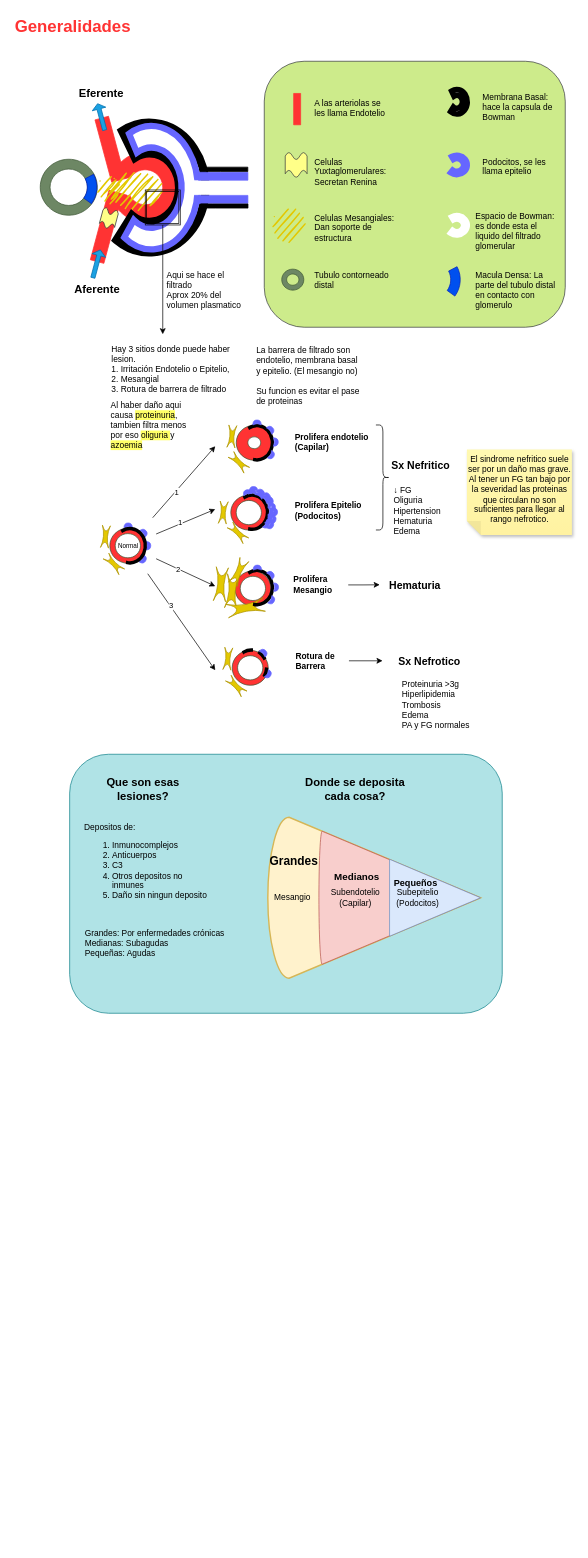
Before: Nefro.drawio in Santicabal/Apuntes, a draw.io diagram. Source tidied: cells renumbered, new cells numbered last; positions are measured from the earlier drawing's top-left corner, leaving out a move shared by most shapes. Both pictures are drawn from the tidied source at 70%, with x=0, y=0 at pixel (13, 12).
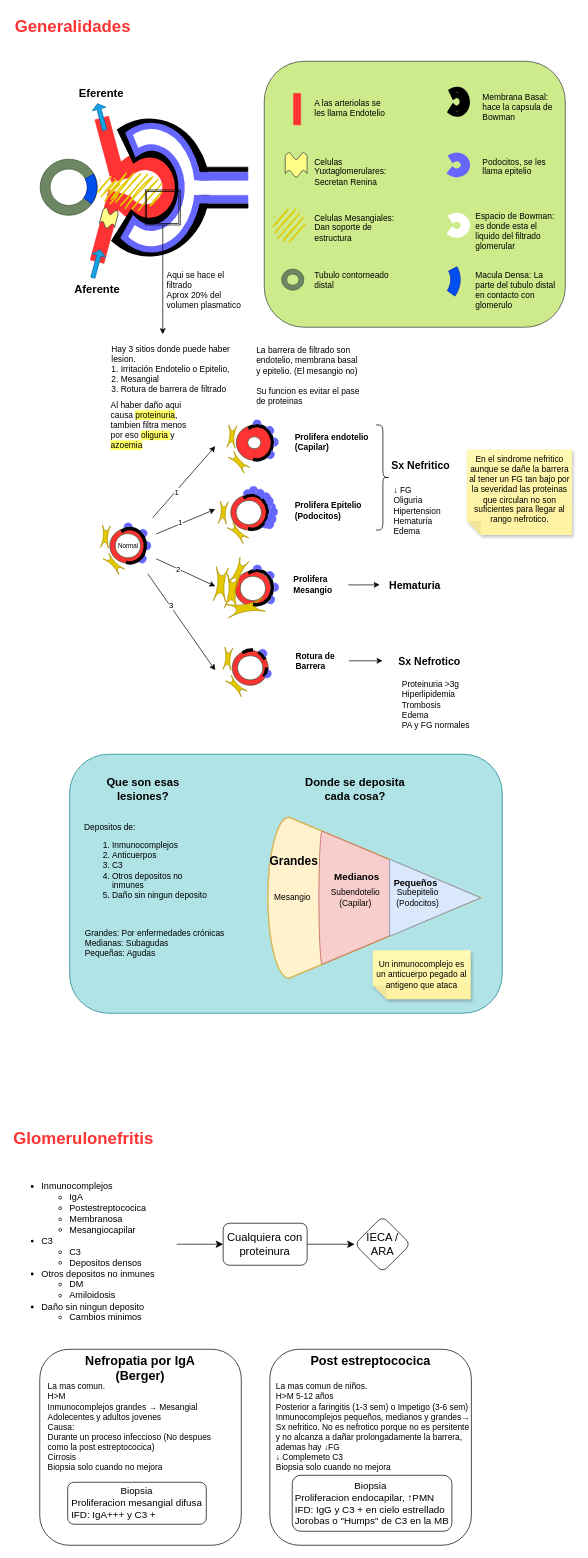
The same diagram, later.

Change to the diagram source:
```diff
@@
-    <mxCell id="70" value="El sindrome nefritico suele ser por un daño mas grave. Al tener un FG tan bajo por la severidad las proteinas que circulan no son suficientes para llegar al rango nefrotico." style="shape=note;whiteSpace=wrap;html=1;backgroundOutline=1;fontColor=#000000;darkOpacity=0.05;fillColor=#FFF9B2;strokeColor=none;fillStyle=solid;direction=west;gradientDirection=north;gradientColor=#FFF2A1;shadow=1;size=20;verticalAlign=top;" parent="1" vertex="1">
+    <mxCell id="70" value="En el sindrome nefritico aunque se dañe la barrera al tener un FG tan bajo por la severidad las proteinas que circulan no son suficientes para llegar al rango nefrotico." style="shape=note;whiteSpace=wrap;html=1;backgroundOutline=1;fontColor=#000000;darkOpacity=0.05;fillColor=#FFF9B2;strokeColor=none;fillStyle=solid;direction=west;gradientDirection=north;gradientColor=#FFF2A1;shadow=1;size=20;verticalAlign=top;" parent="1" vertex="1">
       <mxGeometry x="647.5" y="624.8" width="150" height="121.9" as="geometry" />
     </mxCell>
@@
+    <mxCell id="137" value="Un inmunocomplejo es un anticuerpo pegado al antigeno que ataca" style="shape=note;whiteSpace=wrap;html=1;backgroundOutline=1;fontColor=#000000;darkOpacity=0.05;fillColor=#FFF9B2;strokeColor=none;fillStyle=solid;direction=west;gradientDirection=north;gradientColor=#FFF2A1;shadow=1;size=20;fontSize=12;" parent="1" vertex="1">
+      <mxGeometry x="513" y="1340" width="140" height="70" as="geometry" />
+    </mxCell>
+    <mxCell id="138" value="Glomerulonefritis" style="text;strokeColor=none;fillColor=none;html=1;fontSize=24;fontStyle=1;verticalAlign=middle;align=left;fontColor=#FF3333;" parent="1" vertex="1">
+      <mxGeometry x="-2" y="1590" width="100" height="40" as="geometry" />
+    </mxCell>
+    <mxCell id="139" value="Nefropatia por IgA&lt;br&gt;(Berger)" style="rounded=1;whiteSpace=wrap;html=1;fontSize=18;align=center;verticalAlign=top;fontStyle=1;" parent="1" vertex="1">
+      <mxGeometry x="37.3" y="1910" width="287.9" height="280" as="geometry" />
+    </mxCell>
+    <mxCell id="140" value="&lt;span style=&quot;font-size: 12px;&quot;&gt;La mas comun.&lt;br style=&quot;font-size: 12px;&quot;&gt;H&amp;gt;M&lt;br style=&quot;font-size: 12px;&quot;&gt;Inmunocomplejos grandes → Mesangial&lt;br style=&quot;font-size: 12px;&quot;&gt;&lt;div style=&quot;font-size: 12px;&quot;&gt;&lt;span style=&quot;background-color: initial; font-size: 12px;&quot;&gt;Adolecentes y adultos jovenes&lt;/span&gt;&lt;/div&gt;&lt;div style=&quot;font-size: 12px;&quot;&gt;&lt;span style=&quot;background-color: initial; font-size: 12px;&quot;&gt;Causa:&lt;/span&gt;&lt;/div&gt;&lt;div style=&quot;font-size: 12px;&quot;&gt;&lt;span style=&quot;background-color: initial; font-size: 12px;&quot;&gt;Durante un proceso infeccioso (No despues como la post estreptococica)&lt;/span&gt;&lt;/div&gt;&lt;div style=&quot;font-size: 12px;&quot;&gt;&lt;span style=&quot;background-color: initial; font-size: 12px;&quot;&gt;Cirrosis&lt;/span&gt;&lt;/div&gt;&lt;div style=&quot;font-size: 12px;&quot;&gt;&lt;span style=&quot;background-color: initial; font-size: 12px;&quot;&gt;Biopsia solo cuando no mejora&lt;/span&gt;&lt;/div&gt;&lt;/span&gt;" style="rounded=1;whiteSpace=wrap;html=1;fontSize=12;align=left;verticalAlign=top;gradientColor=none;fillColor=none;strokeColor=none;" parent="1" vertex="1">
+      <mxGeometry x="47.2" y="1950" width="238" height="70" as="geometry" />
+    </mxCell>
+    <mxCell id="141" value="Biopsia&lt;br style=&quot;font-size: 14px;&quot;&gt;&lt;div style=&quot;text-align: left;&quot;&gt;&lt;span style=&quot;background-color: initial;&quot;&gt;Proliferacion mesangial difusa&lt;/span&gt;&lt;/div&gt;&lt;div style=&quot;text-align: left;&quot;&gt;&lt;span style=&quot;background-color: initial;&quot;&gt;IFD: IgA+++ y C3 +&amp;nbsp;&lt;/span&gt;&lt;/div&gt;" style="rounded=1;whiteSpace=wrap;html=1;fontSize=14;" parent="1" vertex="1">
+      <mxGeometry x="77.2" y="2100" width="198" height="60" as="geometry" />
+    </mxCell>
+    <mxCell id="142" style="edgeStyle=none;curved=1;rounded=0;jettySize=auto;html=1;fontSize=12;startSize=8;endSize=8;" parent="1" edge="1" source="143" target="145">
+      <mxGeometry relative="1" as="geometry" />
+    </mxCell>
+    <mxCell id="143" value="&lt;ul style=&quot;font-size: 13px;&quot;&gt;&lt;li style=&quot;font-size: 13px;&quot;&gt;Inmunocomplejos&lt;/li&gt;&lt;ul style=&quot;font-size: 13px;&quot;&gt;&lt;li style=&quot;font-size: 13px;&quot;&gt;IgA&lt;/li&gt;&lt;li style=&quot;font-size: 13px;&quot;&gt;Postestreptococica&lt;/li&gt;&lt;li style=&quot;font-size: 13px;&quot;&gt;Membranosa&lt;/li&gt;&lt;li style=&quot;font-size: 13px;&quot;&gt;Mesangiocapilar&lt;/li&gt;&lt;/ul&gt;&lt;li style=&quot;font-size: 13px;&quot;&gt;C3&lt;/li&gt;&lt;ul style=&quot;font-size: 13px;&quot;&gt;&lt;li style=&quot;font-size: 13px;&quot;&gt;C3&lt;/li&gt;&lt;li style=&quot;font-size: 13px;&quot;&gt;Depositos densos&lt;/li&gt;&lt;/ul&gt;&lt;li style=&quot;font-size: 13px;&quot;&gt;Otros depositos no inmunes&lt;/li&gt;&lt;ul style=&quot;font-size: 13px;&quot;&gt;&lt;li style=&quot;font-size: 13px;&quot;&gt;DM&lt;/li&gt;&lt;li style=&quot;font-size: 13px;&quot;&gt;Amiloidosis&lt;/li&gt;&lt;/ul&gt;&lt;li style=&quot;font-size: 13px;&quot;&gt;Daño sin ningun deposito&lt;br style=&quot;font-size: 13px;&quot;&gt;&lt;/li&gt;&lt;ul style=&quot;font-size: 13px;&quot;&gt;&lt;li style=&quot;font-size: 13px;&quot;&gt;Cambios minimos&lt;/li&gt;&lt;/ul&gt;&lt;/ul&gt;" style="rounded=1;whiteSpace=wrap;html=1;verticalAlign=top;align=left;strokeColor=none;fillColor=none;fontSize=13;" parent="1" vertex="1">
+      <mxGeometry x="-2" y="1650" width="234.9" height="220" as="geometry" />
+    </mxCell>
+    <mxCell id="144" style="edgeStyle=none;curved=1;rounded=0;jettySize=auto;html=1;fontSize=12;startSize=8;endSize=8;" parent="1" edge="1" source="145" target="146">
+      <mxGeometry relative="1" as="geometry" />
+    </mxCell>
+    <mxCell id="145" value="Cualquiera con proteinura" style="rounded=1;whiteSpace=wrap;html=1;fontSize=16;" parent="1" vertex="1">
+      <mxGeometry x="299.3" y="1730" width="120" height="60" as="geometry" />
+    </mxCell>
+    <mxCell id="146" value="IECA / ARA" style="rhombus;whiteSpace=wrap;html=1;fontSize=16;rounded=1;" parent="1" vertex="1">
+      <mxGeometry x="487.1" y="1720" width="80" height="80" as="geometry" />
+    </mxCell>
+    <mxCell id="147" value="Post estreptococica" style="rounded=1;whiteSpace=wrap;html=1;fontSize=18;align=center;verticalAlign=top;fontStyle=1;" parent="1" vertex="1">
+      <mxGeometry x="366" y="1910" width="287.9" height="280" as="geometry" />
+    </mxCell>
+    <mxCell id="148" value="&lt;font style=&quot;font-size: 12px;&quot;&gt;&lt;span style=&quot;background-color: initial; font-size: 12px;&quot;&gt;La mas comun de niños.&lt;/span&gt;&lt;br style=&quot;font-size: 12px;&quot;&gt;&lt;span style=&quot;background-color: initial; font-size: 12px;&quot;&gt;H&amp;gt;M 5-12 años&lt;br&gt;&lt;/span&gt;Posterior a faringitis (1-3 sem) o Impetigo (3-6 sem)&lt;br style=&quot;font-size: 12px;&quot;&gt;&lt;span style=&quot;background-color: initial; font-size: 12px;&quot;&gt;Inmunocomplejos pequeños, medianos y grandes→ Sx nefritico. No es nefrotico porque no es persitente y no alcanza a dañar prolongadamente la barrera, ademas hay ↓FG&lt;/span&gt;&lt;br style=&quot;font-size: 12px;&quot;&gt;↓ Complemeto C3&lt;br&gt;Biopsia solo cuando no mejora&lt;br&gt;&lt;/font&gt;" style="rounded=1;whiteSpace=wrap;html=1;fontSize=12;align=left;verticalAlign=top;gradientColor=none;fillColor=none;strokeColor=none;" parent="1" vertex="1">
+      <mxGeometry x="372.9" y="1950" width="282.1" height="70" as="geometry" />
+    </mxCell>
+    <mxCell id="149" value="Biopsia&amp;nbsp;&lt;br style=&quot;font-size: 14px;&quot;&gt;&lt;div style=&quot;text-align: left;&quot;&gt;&lt;span style=&quot;background-color: initial;&quot;&gt;Proliferacion endocapilar, ↑PMN&lt;/span&gt;&lt;/div&gt;&lt;div style=&quot;text-align: left;&quot;&gt;&lt;span style=&quot;background-color: initial;&quot;&gt;IFD: IgG y C3 + en cielo estrellado&lt;/span&gt;&lt;/div&gt;&lt;div style=&quot;text-align: left;&quot;&gt;&lt;span style=&quot;background-color: initial;&quot;&gt;Jorobas o &quot;Humps&quot; de C3 en la MB&lt;/span&gt;&lt;/div&gt;" style="rounded=1;whiteSpace=wrap;html=1;fontSize=14;" parent="1" vertex="1">
+      <mxGeometry x="398" y="2090" width="228.1" height="80" as="geometry" />
+    </mxCell>
```
